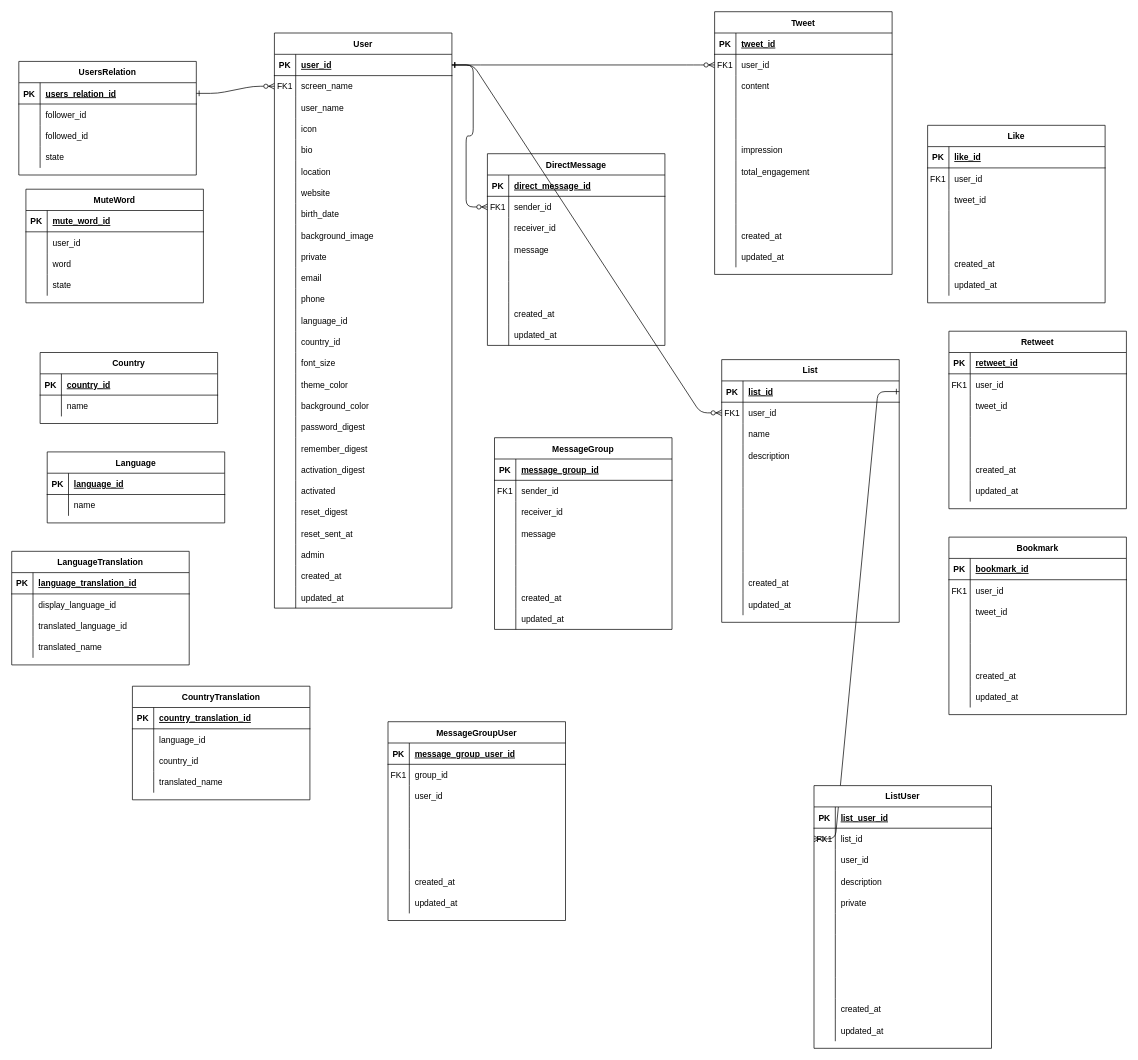
Above: twitter.drawio in universato/boot (draw.io), before the change. Source tidied: cells renumbered, new cells numbered last; positions are measured from the earlier drawing's top-left corner, leaving out a move shared by most shapes. Both pictures are drawn from the tidied source at 71%, with x=0, y=0 at pixel (11, 11).
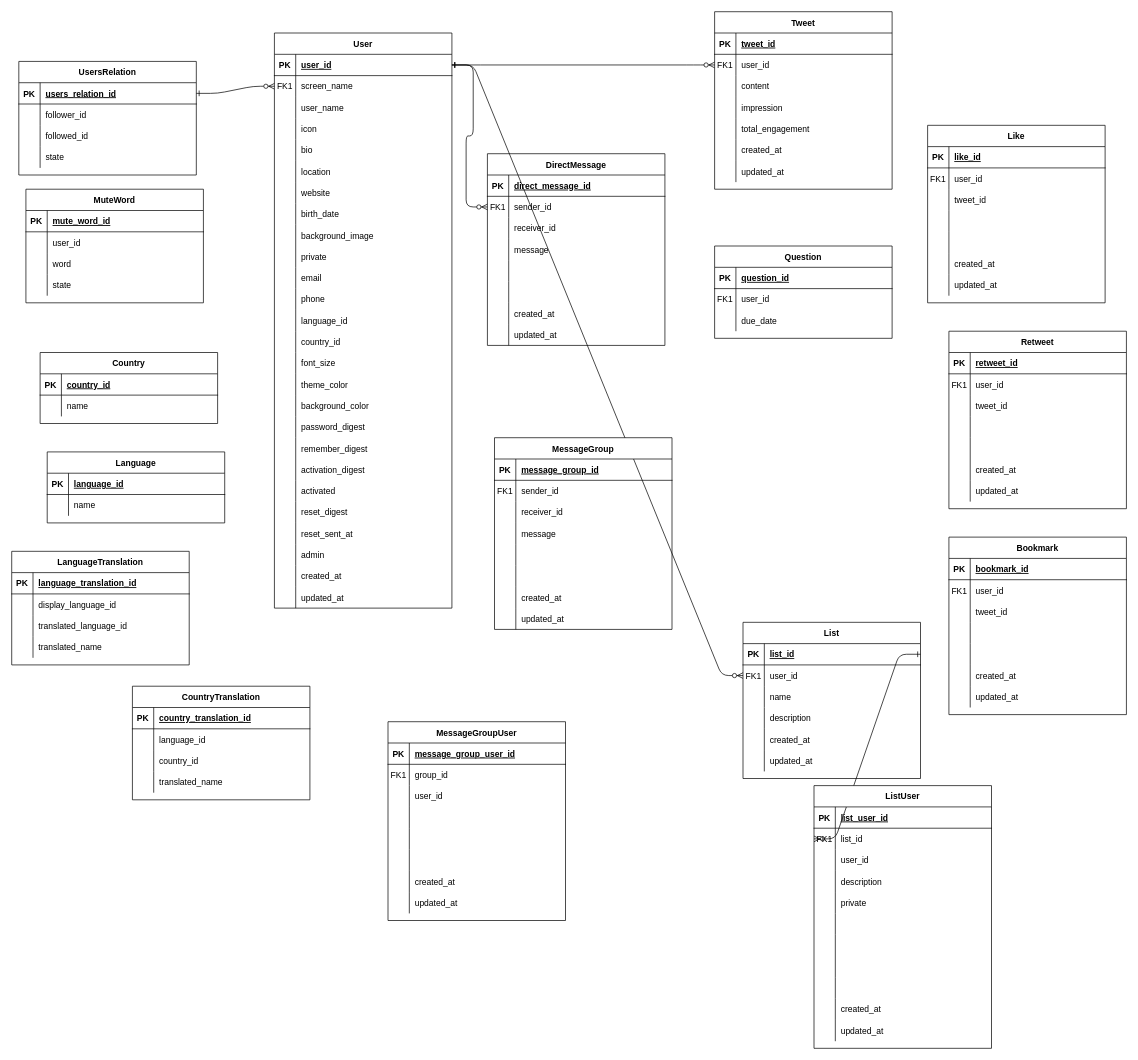
The same page after the edit.

Commit message:
Update twitter.drawio about question

Diff of the diagram source:
```diff
@@
     <mxCell id="96" value="Tweet" style="shape=table;startSize=30;childLayout=tableLayout;rowLines=0;fontStyle=1;align=center;" parent="1" vertex="1">
-      <mxGeometry x="990" width="250" height="370" as="geometry" />
+      <mxGeometry x="990" width="250" height="250" as="geometry" />
     </mxCell>
@@
-    <mxCell id="106" style="shape=partialRectangle;fillColor=none;top=0;left=0;right=0;bottom=0;" parent="96" vertex="1">
-      <mxGeometry y="120" width="250" height="30" as="geometry" />
-    </mxCell>
-    <mxCell id="107" style="shape=partialRectangle;overflow=hidden;fillColor=none;top=0;left=0;bottom=0;right=0;" parent="106" vertex="1">
-      <mxGeometry width="30" height="30" as="geometry" />
-    </mxCell>
-    <mxCell id="108" style="shape=partialRectangle;overflow=hidden;fillColor=none;top=0;left=0;bottom=0;right=0;align=left;spacingLeft=6;" parent="106" vertex="1">
-      <mxGeometry x="30" width="220" height="30" as="geometry" />
-    </mxCell>
-    <mxCell id="109" style="shape=partialRectangle;fillColor=none;top=0;left=0;right=0;bottom=0;" parent="96" vertex="1">
-      <mxGeometry y="150" width="250" height="30" as="geometry" />
-    </mxCell>
-    <mxCell id="110" style="shape=partialRectangle;overflow=hidden;fillColor=none;top=0;left=0;bottom=0;right=0;" parent="109" vertex="1">
-      <mxGeometry width="30" height="30" as="geometry" />
-    </mxCell>
-    <mxCell id="111" style="shape=partialRectangle;overflow=hidden;fillColor=none;top=0;left=0;bottom=0;right=0;align=left;spacingLeft=6;" parent="109" vertex="1">
-      <mxGeometry x="30" width="220" height="30" as="geometry" />
-    </mxCell>
     <mxCell id="112" style="shape=partialRectangle;fillColor=none;top=0;left=0;right=0;bottom=0;" parent="96" vertex="1">
-      <mxGeometry y="180" width="250" height="30" as="geometry" />
+      <mxGeometry y="120" width="250" height="30" as="geometry" />
     </mxCell>
@@
     <mxCell id="115" style="shape=partialRectangle;fillColor=none;top=0;left=0;right=0;bottom=0;" parent="96" vertex="1">
-      <mxGeometry y="210" width="250" height="30" as="geometry" />
+      <mxGeometry y="150" width="250" height="30" as="geometry" />
     </mxCell>
@@
-    <mxCell id="118" style="shape=partialRectangle;fillColor=none;top=0;left=0;right=0;bottom=0;" parent="96" vertex="1">
-      <mxGeometry y="240" width="250" height="30" as="geometry" />
-    </mxCell>
-    <mxCell id="119" style="shape=partialRectangle;overflow=hidden;fillColor=none;top=0;left=0;bottom=0;right=0;" parent="118" vertex="1">
-      <mxGeometry width="30" height="30" as="geometry" />
-    </mxCell>
-    <mxCell id="120" style="shape=partialRectangle;overflow=hidden;fillColor=none;top=0;left=0;bottom=0;right=0;align=left;spacingLeft=6;" parent="118" vertex="1">
-      <mxGeometry x="30" width="220" height="30" as="geometry" />
-    </mxCell>
-    <mxCell id="121" style="shape=partialRectangle;fillColor=none;top=0;left=0;right=0;bottom=0;" parent="96" vertex="1">
-      <mxGeometry y="270" width="250" height="30" as="geometry" />
-    </mxCell>
-    <mxCell id="122" style="shape=partialRectangle;overflow=hidden;fillColor=none;top=0;left=0;bottom=0;right=0;" parent="121" vertex="1">
-      <mxGeometry width="30" height="30" as="geometry" />
-    </mxCell>
-    <mxCell id="123" style="shape=partialRectangle;overflow=hidden;fillColor=none;top=0;left=0;bottom=0;right=0;align=left;spacingLeft=6;" parent="121" vertex="1">
-      <mxGeometry x="30" width="220" height="30" as="geometry" />
-    </mxCell>
     <mxCell id="124" style="shape=partialRectangle;fillColor=none;top=0;left=0;right=0;bottom=0;" parent="96" vertex="1">
-      <mxGeometry y="300" width="250" height="30" as="geometry" />
+      <mxGeometry y="180" width="250" height="30" as="geometry" />
     </mxCell>
@@
     <mxCell id="127" style="shape=partialRectangle;fillColor=none;top=0;left=0;right=0;bottom=0;" parent="96" vertex="1">
-      <mxGeometry y="330" width="250" height="30" as="geometry" />
+      <mxGeometry y="210" width="250" height="30" as="geometry" />
     </mxCell>
@@
-    <mxCell id="155" value="List" style="shape=table;startSize=30;childLayout=tableLayout;rowLines=0;fontStyle=1;align=center;" parent="1" vertex="1">
-      <mxGeometry x="1000" y="490" width="250" height="370" as="geometry" />
-    </mxCell>
-    <mxCell id="156" style="shape=partialRectangle;fillColor=none;points=[[0,0.5],[1,0.5]];portConstraint=eastwest;top=0;left=0;right=0;bottom=1;" parent="155" vertex="1">
-      <mxGeometry y="30" width="250" height="30" as="geometry" />
-    </mxCell>
-    <mxCell id="157" value="PK" style="shape=partialRectangle;overflow=hidden;fillColor=none;top=0;left=0;bottom=0;right=0;fontStyle=1;" parent="156" vertex="1">
-      <mxGeometry width="30" height="30" as="geometry" />
-    </mxCell>
-    <mxCell id="158" value="list_id" style="shape=partialRectangle;overflow=hidden;fillColor=none;top=0;left=0;bottom=0;right=0;align=left;spacingLeft=6;fontStyle=5;" parent="156" vertex="1">
-      <mxGeometry x="30" width="220" height="30" as="geometry" />
-    </mxCell>
-    <mxCell id="159" style="shape=partialRectangle;fillColor=none;points=[[0,0.5],[1,0.5]];portConstraint=eastwest;top=0;left=0;right=0;bottom=0;" parent="155" vertex="1">
-      <mxGeometry y="60" width="250" height="30" as="geometry" />
-    </mxCell>
-    <mxCell id="160" value="FK1" style="shape=partialRectangle;overflow=hidden;fillColor=none;top=0;left=0;bottom=0;right=0;" parent="159" vertex="1">
-      <mxGeometry width="30" height="30" as="geometry" />
-    </mxCell>
-    <mxCell id="161" value="user_id" style="shape=partialRectangle;overflow=hidden;fillColor=none;top=0;left=0;bottom=0;right=0;align=left;spacingLeft=6;" parent="159" vertex="1">
-      <mxGeometry x="30" width="220" height="30" as="geometry" />
-    </mxCell>
-    <mxCell id="162" style="shape=partialRectangle;fillColor=none;top=0;left=0;right=0;bottom=0;" parent="155" vertex="1">
-      <mxGeometry y="90" width="250" height="30" as="geometry" />
-    </mxCell>
-    <mxCell id="163" style="shape=partialRectangle;overflow=hidden;fillColor=none;top=0;left=0;bottom=0;right=0;" parent="162" vertex="1">
-      <mxGeometry width="30" height="30" as="geometry" />
-    </mxCell>
-    <mxCell id="164" value="name" style="shape=partialRectangle;overflow=hidden;fillColor=none;top=0;left=0;bottom=0;right=0;align=left;spacingLeft=6;" parent="162" vertex="1">
-      <mxGeometry x="30" width="220" height="30" as="geometry" />
-    </mxCell>
-    <mxCell id="165" style="shape=partialRectangle;fillColor=none;top=0;left=0;right=0;bottom=0;" parent="155" vertex="1">
-      <mxGeometry y="120" width="250" height="30" as="geometry" />
-    </mxCell>
-    <mxCell id="166" style="shape=partialRectangle;overflow=hidden;fillColor=none;top=0;left=0;bottom=0;right=0;" parent="165" vertex="1">
-      <mxGeometry width="30" height="30" as="geometry" />
-    </mxCell>
-    <mxCell id="167" value="description" style="shape=partialRectangle;overflow=hidden;fillColor=none;top=0;left=0;bottom=0;right=0;align=left;spacingLeft=6;" parent="165" vertex="1">
-      <mxGeometry x="30" width="220" height="30" as="geometry" />
-    </mxCell>
-    <mxCell id="168" style="shape=partialRectangle;fillColor=none;top=0;left=0;right=0;bottom=0;" parent="155" vertex="1">
-      <mxGeometry y="150" width="250" height="30" as="geometry" />
-    </mxCell>
-    <mxCell id="169" style="shape=partialRectangle;overflow=hidden;fillColor=none;top=0;left=0;bottom=0;right=0;" parent="168" vertex="1">
-      <mxGeometry width="30" height="30" as="geometry" />
-    </mxCell>
-    <mxCell id="170" style="shape=partialRectangle;overflow=hidden;fillColor=none;top=0;left=0;bottom=0;right=0;align=left;spacingLeft=6;" parent="168" vertex="1">
-      <mxGeometry x="30" width="220" height="30" as="geometry" />
-    </mxCell>
-    <mxCell id="171" style="shape=partialRectangle;fillColor=none;top=0;left=0;right=0;bottom=0;" parent="155" vertex="1">
-      <mxGeometry y="180" width="250" height="30" as="geometry" />
-    </mxCell>
-    <mxCell id="172" style="shape=partialRectangle;overflow=hidden;fillColor=none;top=0;left=0;bottom=0;right=0;" parent="171" vertex="1">
-      <mxGeometry width="30" height="30" as="geometry" />
-    </mxCell>
-    <mxCell id="173" style="shape=partialRectangle;overflow=hidden;fillColor=none;top=0;left=0;bottom=0;right=0;align=left;spacingLeft=6;" parent="171" vertex="1">
-      <mxGeometry x="30" width="220" height="30" as="geometry" />
-    </mxCell>
-    <mxCell id="174" style="shape=partialRectangle;fillColor=none;top=0;left=0;right=0;bottom=0;" parent="155" vertex="1">
-      <mxGeometry y="210" width="250" height="30" as="geometry" />
-    </mxCell>
-    <mxCell id="175" style="shape=partialRectangle;overflow=hidden;fillColor=none;top=0;left=0;bottom=0;right=0;" parent="174" vertex="1">
-      <mxGeometry width="30" height="30" as="geometry" />
-    </mxCell>
-    <mxCell id="176" style="shape=partialRectangle;overflow=hidden;fillColor=none;top=0;left=0;bottom=0;right=0;align=left;spacingLeft=6;" parent="174" vertex="1">
-      <mxGeometry x="30" width="220" height="30" as="geometry" />
-    </mxCell>
-    <mxCell id="177" style="shape=partialRectangle;fillColor=none;top=0;left=0;right=0;bottom=0;" parent="155" vertex="1">
-      <mxGeometry y="240" width="250" height="30" as="geometry" />
-    </mxCell>
-    <mxCell id="178" style="shape=partialRectangle;overflow=hidden;fillColor=none;top=0;left=0;bottom=0;right=0;" parent="177" vertex="1">
-      <mxGeometry width="30" height="30" as="geometry" />
-    </mxCell>
-    <mxCell id="179" style="shape=partialRectangle;overflow=hidden;fillColor=none;top=0;left=0;bottom=0;right=0;align=left;spacingLeft=6;" parent="177" vertex="1">
-      <mxGeometry x="30" width="220" height="30" as="geometry" />
-    </mxCell>
-    <mxCell id="180" style="shape=partialRectangle;fillColor=none;top=0;left=0;right=0;bottom=0;" parent="155" vertex="1">
-      <mxGeometry y="270" width="250" height="30" as="geometry" />
-    </mxCell>
-    <mxCell id="181" style="shape=partialRectangle;overflow=hidden;fillColor=none;top=0;left=0;bottom=0;right=0;" parent="180" vertex="1">
-      <mxGeometry width="30" height="30" as="geometry" />
-    </mxCell>
-    <mxCell id="182" style="shape=partialRectangle;overflow=hidden;fillColor=none;top=0;left=0;bottom=0;right=0;align=left;spacingLeft=6;" parent="180" vertex="1">
-      <mxGeometry x="30" width="220" height="30" as="geometry" />
-    </mxCell>
-    <mxCell id="183" style="shape=partialRectangle;fillColor=none;top=0;left=0;right=0;bottom=0;" parent="155" vertex="1">
-      <mxGeometry y="300" width="250" height="30" as="geometry" />
-    </mxCell>
-    <mxCell id="184" style="shape=partialRectangle;overflow=hidden;fillColor=none;top=0;left=0;bottom=0;right=0;" parent="183" vertex="1">
-      <mxGeometry width="30" height="30" as="geometry" />
-    </mxCell>
-    <mxCell id="185" value="created_at" style="shape=partialRectangle;overflow=hidden;fillColor=none;top=0;left=0;bottom=0;right=0;align=left;spacingLeft=6;" parent="183" vertex="1">
-      <mxGeometry x="30" width="220" height="30" as="geometry" />
-    </mxCell>
-    <mxCell id="186" style="shape=partialRectangle;fillColor=none;top=0;left=0;right=0;bottom=0;" parent="155" vertex="1">
-      <mxGeometry y="330" width="250" height="30" as="geometry" />
-    </mxCell>
-    <mxCell id="187" style="shape=partialRectangle;overflow=hidden;fillColor=none;top=0;left=0;bottom=0;right=0;" parent="186" vertex="1">
-      <mxGeometry width="30" height="30" as="geometry" />
-    </mxCell>
-    <mxCell id="188" value="updated_at" style="shape=partialRectangle;overflow=hidden;fillColor=none;top=0;left=0;bottom=0;right=0;align=left;spacingLeft=6;" parent="186" vertex="1">
-      <mxGeometry x="30" width="220" height="30" as="geometry" />
-    </mxCell>
@@
+    <mxCell id="395" value="Question" style="shape=table;startSize=30;childLayout=tableLayout;rowLines=0;fontStyle=1;align=center;" parent="1" vertex="1">
+      <mxGeometry x="990" y="330" width="250" height="130" as="geometry" />
+    </mxCell>
+    <mxCell id="396" style="shape=partialRectangle;fillColor=none;top=0;left=0;right=0;bottom=1;" parent="395" vertex="1">
+      <mxGeometry y="30" width="250" height="30" as="geometry" />
+    </mxCell>
+    <mxCell id="397" value="PK" style="shape=partialRectangle;overflow=hidden;fillColor=none;top=0;left=0;bottom=0;right=0;fontStyle=1;" parent="396" vertex="1">
+      <mxGeometry width="30" height="30" as="geometry" />
+    </mxCell>
+    <mxCell id="398" value="question_id" style="shape=partialRectangle;overflow=hidden;fillColor=none;top=0;left=0;bottom=0;right=0;align=left;spacingLeft=6;fontStyle=5;" parent="396" vertex="1">
+      <mxGeometry x="30" width="220" height="30" as="geometry" />
+    </mxCell>
+    <mxCell id="399" style="shape=partialRectangle;fillColor=none;top=0;left=0;right=0;bottom=0;" parent="395" vertex="1">
+      <mxGeometry y="60" width="250" height="30" as="geometry" />
+    </mxCell>
+    <mxCell id="400" value="FK1" style="shape=partialRectangle;overflow=hidden;fillColor=none;top=0;left=0;bottom=0;right=0;" parent="399" vertex="1">
+      <mxGeometry width="30" height="30" as="geometry" />
+    </mxCell>
+    <mxCell id="401" value="user_id" style="shape=partialRectangle;overflow=hidden;fillColor=none;top=0;left=0;bottom=0;right=0;align=left;spacingLeft=6;" parent="399" vertex="1">
+      <mxGeometry x="30" width="220" height="30" as="geometry" />
+    </mxCell>
+    <mxCell id="402" style="shape=partialRectangle;fillColor=none;top=0;left=0;right=0;bottom=0;" parent="395" vertex="1">
+      <mxGeometry y="90" width="250" height="30" as="geometry" />
+    </mxCell>
+    <mxCell id="403" style="shape=partialRectangle;overflow=hidden;fillColor=none;top=0;left=0;bottom=0;right=0;" parent="402" vertex="1">
+      <mxGeometry width="30" height="30" as="geometry" />
+    </mxCell>
+    <mxCell id="404" value="due_date" style="shape=partialRectangle;overflow=hidden;fillColor=none;top=0;left=0;bottom=0;right=0;align=left;spacingLeft=6;" parent="402" vertex="1">
+      <mxGeometry x="30" width="220" height="30" as="geometry" />
+    </mxCell>
@@
+    <mxCell id="155" value="List" style="shape=table;startSize=30;childLayout=tableLayout;rowLines=0;fontStyle=1;align=center;" parent="1" vertex="1">
+      <mxGeometry x="1030" y="860" width="250" height="220" as="geometry" />
+    </mxCell>
+    <mxCell id="156" style="shape=partialRectangle;fillColor=none;points=[[0,0.5],[1,0.5]];portConstraint=eastwest;top=0;left=0;right=0;bottom=1;" parent="155" vertex="1">
+      <mxGeometry y="30" width="250" height="30" as="geometry" />
+    </mxCell>
+    <mxCell id="157" value="PK" style="shape=partialRectangle;overflow=hidden;fillColor=none;top=0;left=0;bottom=0;right=0;fontStyle=1;" parent="156" vertex="1">
+      <mxGeometry width="30" height="30" as="geometry" />
+    </mxCell>
+    <mxCell id="158" value="list_id" style="shape=partialRectangle;overflow=hidden;fillColor=none;top=0;left=0;bottom=0;right=0;align=left;spacingLeft=6;fontStyle=5;" parent="156" vertex="1">
+      <mxGeometry x="30" width="220" height="30" as="geometry" />
+    </mxCell>
+    <mxCell id="159" style="shape=partialRectangle;fillColor=none;points=[[0,0.5],[1,0.5]];portConstraint=eastwest;top=0;left=0;right=0;bottom=0;" parent="155" vertex="1">
+      <mxGeometry y="60" width="250" height="30" as="geometry" />
+    </mxCell>
+    <mxCell id="160" value="FK1" style="shape=partialRectangle;overflow=hidden;fillColor=none;top=0;left=0;bottom=0;right=0;" parent="159" vertex="1">
+      <mxGeometry width="30" height="30" as="geometry" />
+    </mxCell>
+    <mxCell id="161" value="user_id" style="shape=partialRectangle;overflow=hidden;fillColor=none;top=0;left=0;bottom=0;right=0;align=left;spacingLeft=6;" parent="159" vertex="1">
+      <mxGeometry x="30" width="220" height="30" as="geometry" />
+    </mxCell>
+    <mxCell id="162" style="shape=partialRectangle;fillColor=none;top=0;left=0;right=0;bottom=0;" parent="155" vertex="1">
+      <mxGeometry y="90" width="250" height="30" as="geometry" />
+    </mxCell>
+    <mxCell id="163" style="shape=partialRectangle;overflow=hidden;fillColor=none;top=0;left=0;bottom=0;right=0;" parent="162" vertex="1">
+      <mxGeometry width="30" height="30" as="geometry" />
+    </mxCell>
+    <mxCell id="164" value="name" style="shape=partialRectangle;overflow=hidden;fillColor=none;top=0;left=0;bottom=0;right=0;align=left;spacingLeft=6;" parent="162" vertex="1">
+      <mxGeometry x="30" width="220" height="30" as="geometry" />
+    </mxCell>
+    <mxCell id="165" style="shape=partialRectangle;fillColor=none;top=0;left=0;right=0;bottom=0;" parent="155" vertex="1">
+      <mxGeometry y="120" width="250" height="30" as="geometry" />
+    </mxCell>
+    <mxCell id="166" style="shape=partialRectangle;overflow=hidden;fillColor=none;top=0;left=0;bottom=0;right=0;" parent="165" vertex="1">
+      <mxGeometry width="30" height="30" as="geometry" />
+    </mxCell>
+    <mxCell id="167" value="description" style="shape=partialRectangle;overflow=hidden;fillColor=none;top=0;left=0;bottom=0;right=0;align=left;spacingLeft=6;" parent="165" vertex="1">
+      <mxGeometry x="30" width="220" height="30" as="geometry" />
+    </mxCell>
+    <mxCell id="183" style="shape=partialRectangle;fillColor=none;top=0;left=0;right=0;bottom=0;" parent="155" vertex="1">
+      <mxGeometry y="150" width="250" height="30" as="geometry" />
+    </mxCell>
+    <mxCell id="184" style="shape=partialRectangle;overflow=hidden;fillColor=none;top=0;left=0;bottom=0;right=0;" parent="183" vertex="1">
+      <mxGeometry width="30" height="30" as="geometry" />
+    </mxCell>
+    <mxCell id="185" value="created_at" style="shape=partialRectangle;overflow=hidden;fillColor=none;top=0;left=0;bottom=0;right=0;align=left;spacingLeft=6;" parent="183" vertex="1">
+      <mxGeometry x="30" width="220" height="30" as="geometry" />
+    </mxCell>
+    <mxCell id="186" style="shape=partialRectangle;fillColor=none;top=0;left=0;right=0;bottom=0;" parent="155" vertex="1">
+      <mxGeometry y="180" width="250" height="30" as="geometry" />
+    </mxCell>
+    <mxCell id="187" style="shape=partialRectangle;overflow=hidden;fillColor=none;top=0;left=0;bottom=0;right=0;" parent="186" vertex="1">
+      <mxGeometry width="30" height="30" as="geometry" />
+    </mxCell>
+    <mxCell id="188" value="updated_at" style="shape=partialRectangle;overflow=hidden;fillColor=none;top=0;left=0;bottom=0;right=0;align=left;spacingLeft=6;" parent="186" vertex="1">
+      <mxGeometry x="30" width="220" height="30" as="geometry" />
+    </mxCell>
```
